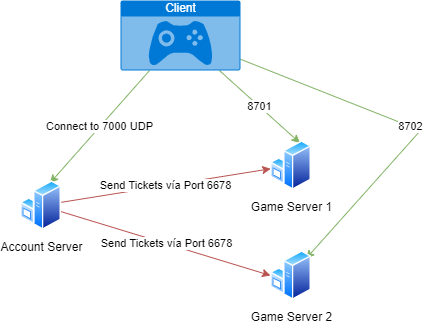
Earlier version of the draw.io export docs/mir-network.png (jackmillerdev/mir_eternal). Source tidied: cells renumbered, new cells last; positions are measured from the earlier drawing's top-left corner, leaving out a move shared by most shapes.
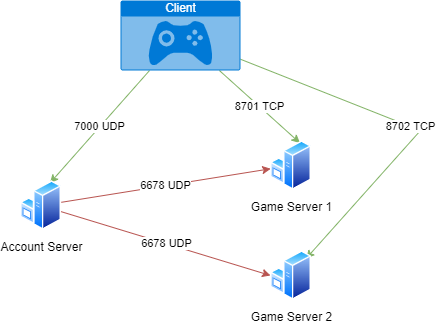
The same diagram one commit later.

Commit message:
specify protocol in the diagram

The edit, as a diff of the source:
```diff
@@ -2,13 +2,13 @@
   <root>
     <mxCell id="0" />
     <mxCell id="1" parent="0" />
-    <mxCell id="2" value="Connect to 7000 UDP" style="rounded=0;jettySize=auto;html=1;entryX=0.75;entryY=0;entryDx=0;entryDy=0;fillColor=#d5e8d4;strokeColor=#82b366;" parent="1" edge="1" source="5" target="8">
+    <mxCell id="2" value="7000 UDP" style="rounded=0;jettySize=auto;html=1;entryX=0.75;entryY=0;entryDx=0;entryDy=0;fillColor=#d5e8d4;strokeColor=#82b366;" parent="1" edge="1" source="5" target="8">
       <mxGeometry relative="1" as="geometry" />
     </mxCell>
-    <mxCell id="3" value="8701" style="edgeStyle=none;rounded=0;jettySize=auto;html=1;entryX=0.75;entryY=0;entryDx=0;entryDy=0;fillColor=#d5e8d4;strokeColor=#82b366;" parent="1" edge="1" source="5" target="9">
+    <mxCell id="3" value="8701 TCP" style="edgeStyle=none;rounded=0;jettySize=auto;html=1;entryX=0.75;entryY=0;entryDx=0;entryDy=0;fillColor=#d5e8d4;strokeColor=#82b366;" parent="1" edge="1" source="5" target="9">
       <mxGeometry relative="1" as="geometry" />
     </mxCell>
-    <mxCell id="4" value="8702" style="edgeStyle=none;rounded=0;jettySize=auto;html=1;fillColor=#d5e8d4;strokeColor=#82b366;" parent="1" edge="1" source="5" target="10">
+    <mxCell id="4" value="8702 TCP" style="edgeStyle=none;rounded=0;jettySize=auto;html=1;fillColor=#d5e8d4;strokeColor=#82b366;" parent="1" edge="1" source="5" target="10">
       <mxGeometry relative="1" as="geometry">
         <Array as="points">
           <mxPoint x="400" y="130" />
@@ -18,10 +18,10 @@
     <mxCell id="5" value="Client" style="html=1;strokeColor=none;fillColor=#0079D6;labelPosition=center;verticalLabelPosition=middle;verticalAlign=top;align=center;fontSize=12;outlineConnect=0;spacingTop=-6;fontColor=#FFFFFF;sketch=0;shape=mxgraph.sitemap.game;" parent="1" vertex="1">
       <mxGeometry x="100" width="120" height="70" as="geometry" />
     </mxCell>
-    <mxCell id="6" value="Send Tickets vía Port 6678" style="edgeStyle=none;rounded=0;jettySize=auto;html=1;entryX=0;entryY=0.5;entryDx=0;entryDy=0;fillColor=#f8cecc;strokeColor=#b85450;" parent="1" edge="1" source="8" target="10">
+    <mxCell id="6" value="6678 UDP" style="edgeStyle=none;rounded=0;jettySize=auto;html=1;entryX=0;entryY=0.5;entryDx=0;entryDy=0;fillColor=#f8cecc;strokeColor=#b85450;" parent="1" edge="1" source="8" target="10">
       <mxGeometry relative="1" as="geometry" />
     </mxCell>
-    <mxCell id="7" value="Send Tickets vía Port 6678" style="edgeStyle=none;rounded=0;jettySize=auto;html=1;fillColor=#f8cecc;strokeColor=#b85450;" parent="1" edge="1" source="8" target="9">
+    <mxCell id="7" value="6678 UDP" style="edgeStyle=none;rounded=0;jettySize=auto;html=1;fillColor=#f8cecc;strokeColor=#b85450;" parent="1" edge="1" source="8" target="9">
       <mxGeometry relative="1" as="geometry" />
     </mxCell>
     <mxCell id="8" value="Account Server" style="perimeter=ellipsePerimeter;html=1;align=center;shadow=0;dashed=0;spacingTop=3;image;image=img/lib/active_directory/windows_server.svg;" parent="1" vertex="1">
```
